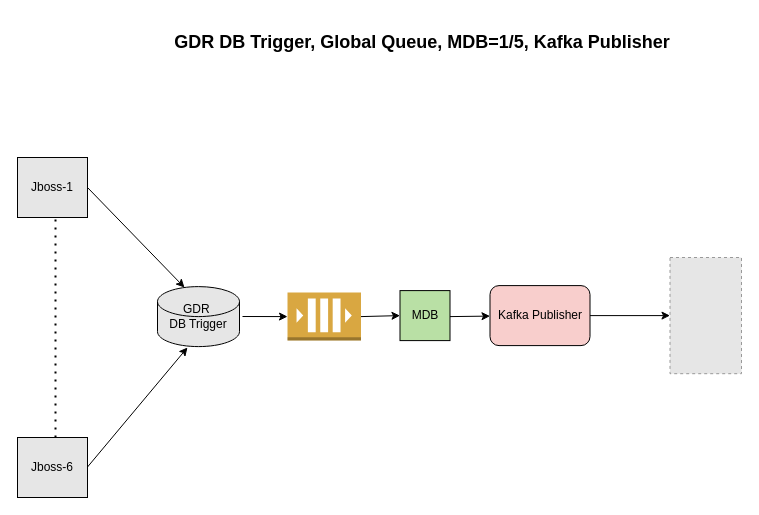
tsahaca/Project5 keeps this draw.io diagram as page "DB Trigger Global Queue" (3 of 4) of Untitled Diagram.drawio. Above is the earlier version. Source tidied: cells renumbered, new cells numbered last; positions are measured from the earlier drawing's top-left corner, leaving out a move shared by most shapes. Both pictures are drawn from the tidied source at 100%, with x=0, y=0 at pixel (17, 17). Pictures stored in the file or linked from it are replaced by grey dashed boxes.
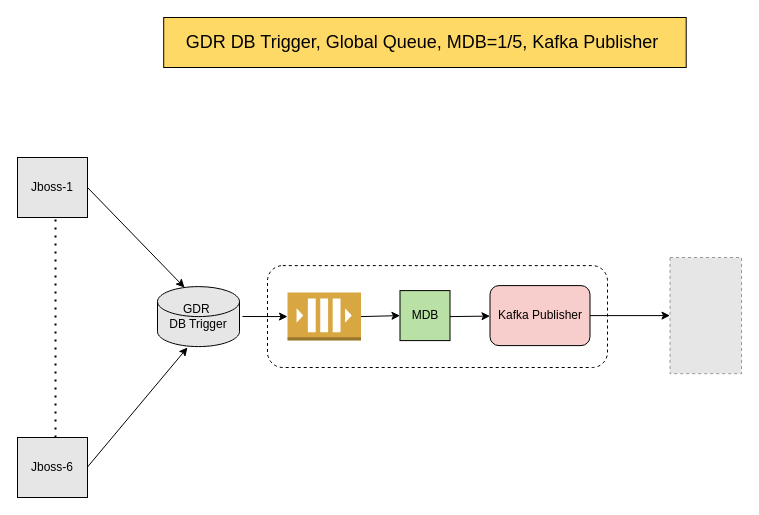
The same diagram, later.

The edit, as a diff of the source:
```diff
@@
+    <mxCell id="17" style="rounded=1;whiteSpace=wrap;html=1;dashed=1;strokeColor=#000000;fillColor=#FFFFFF;fontSize=12;fontColor=#000000;" parent="1" vertex="1">
+      <mxGeometry x="250" y="248.1" width="340" height="101.9" as="geometry" />
+    </mxCell>
@@
-    <mxCell id="16" value="GDR DB Trigger, Global Queue, MDB=1/5, Kafka Publisher&amp;nbsp;" style="text;html=1;strokeColor=none;fillColor=none;align=center;verticalAlign=middle;whiteSpace=wrap;rounded=0;fontStyle=1;fontSize=18;" parent="1" vertex="1">
+    <mxCell id="16" value="GDR DB Trigger, Global Queue, MDB=1/5, Kafka Publisher&amp;nbsp;" style="text;html=1;align=center;verticalAlign=middle;whiteSpace=wrap;rounded=0;fontStyle=0;fontSize=18;strokeColor=#000000;fillColor=#FFD966;" parent="1" vertex="1">
       <mxGeometry x="146.2" width="522.5" height="50" as="geometry" />
     </mxCell>
```
